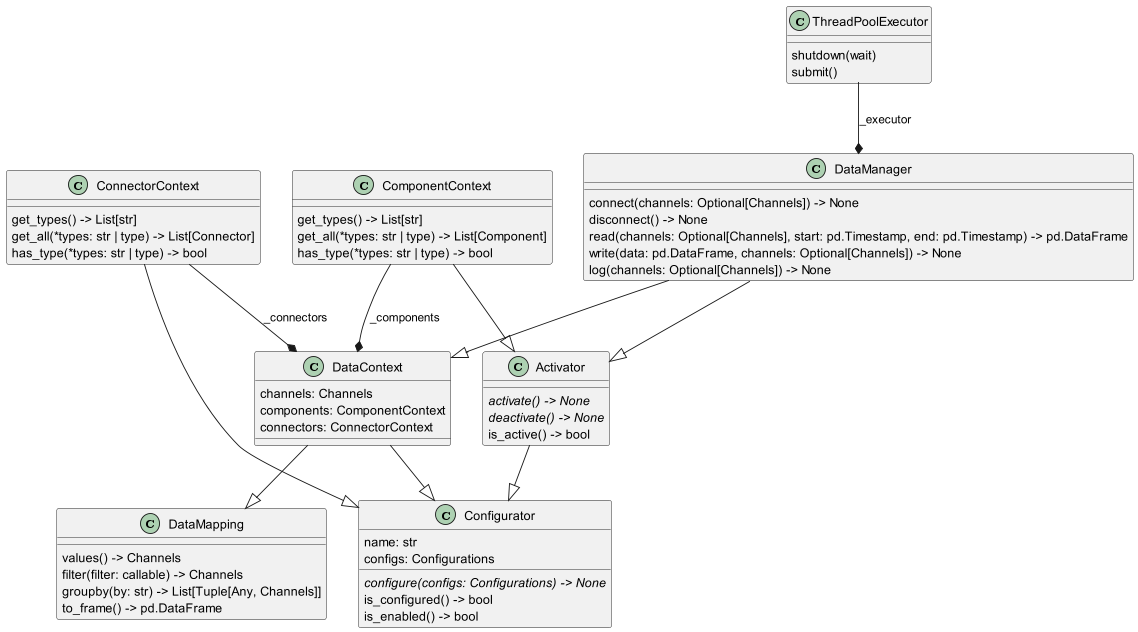
This is doc/_static/diagrams/data-manager.png from isc-konstanz/lories, a PlantUML export, as it was before one commit.
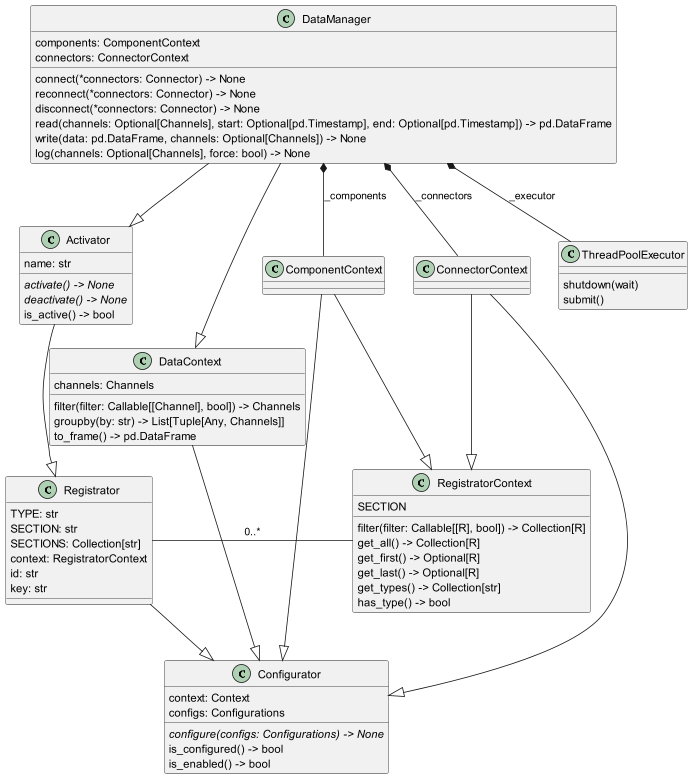
The same file after the commit.

What changed in the source:
```diff
@@ -1,40 +1,50 @@
 @startuml loris.data.manager.DataManager
 set namespaceSeparator none
 class "DataManager" as loris.data.manager.DataManager {
-  connect(channels: Optional[Channels]) -> None
-  disconnect() -> None
-  read(channels: Optional[Channels], start: pd.Timestamp, end: pd.Timestamp) -> pd.DataFrame
+  components: ComponentContext
+  connectors: ConnectorContext
+  connect(*connectors: Connector) -> None
+  reconnect(*connectors: Connector) -> None
+  disconnect(*connectors: Connector) -> None
+  read(channels: Optional[Channels], start: Optional[pd.Timestamp], end: Optional[pd.Timestamp]) -> pd.DataFrame
   write(data: pd.DataFrame, channels: Optional[Channels]) -> None
-  log(channels: Optional[Channels]) -> None
+  log(channels: Optional[Channels], force: bool) -> None
 }
 class "DataContext" as loris.data.context.DataContext {
   channels: Channels
-  components: ComponentContext
-  connectors: ConnectorContext
-}
-class "DataMapping" as loris.data.mapping.DataMapping {
-  values() -> Channels
-  filter(filter: callable) -> Channels
+  filter(filter: Callable[[Channel], bool]) -> Channels
   groupby(by: str) -> List[Tuple[Any, Channels]]
   to_frame() -> pd.DataFrame
 }
 class "ComponentContext" as loris.components.context.ComponentContext {
-  get_types() -> List[str]
-  get_all(*types: str | type) -> List[Component]
-  has_type(*types: str | type) -> bool
 }
 class "ConnectorContext" as loris.connectors.context.ConnectorContext {
-  get_types() -> List[str]
-  get_all(*types: str | type) -> List[Connector]
-  has_type(*types: str | type) -> bool
 }
-class "Activator" as loris.components.activator.Activator {
+class "Activator" as loris.core.activator.Activator {
+  name: str
   {abstract}activate() -> None
   {abstract}deactivate() -> None
   is_active() -> bool
 }
-class "Configurator" as loris.configs.configurator.Configurator {
-  name: str
+class "Registrator" as loris.core.register.registrator.Registrator {
+  TYPE: str
+  SECTION: str
+  SECTIONS: Collection[str]
+  context: RegistratorContext
+  id: str
+  key: str
+}
+class "RegistratorContext" as loris.core.register.context.RegistratorContext {
+  SECTION
+  filter(filter: Callable[[R], bool]) -> Collection[R]
+  get_all() -> Collection[R]
+  get_first() -> Optional[R]
+  get_last() -> Optional[R]
+  get_types() -> Collection[str]
+  has_type() -> bool
+}
+class "Configurator" as loris.core.configs.configurator.Configurator {
+  context: Context
   configs: Configurations
   {abstract}configure(configs: Configurations) -> None
   is_configured() -> bool
@@ -44,14 +54,18 @@
   shutdown(wait)
   submit()
 }
-loris.components.activator.Activator --|> loris.configs.configurator.Configurator
-loris.components.context.ComponentContext --|> loris.components.activator.Activator
-loris.connectors.context.ConnectorContext --|> loris.configs.configurator.Configurator
-loris.data.context.DataContext --|> loris.configs.configurator.Configurator
-loris.data.context.DataContext --|> loris.data.mapping.DataMapping
-loris.data.manager.DataManager --|> loris.components.activator.Activator
+
+loris.core.register.registrator.Registrator --|> loris.core.configs.configurator.Configurator
+loris.core.register.registrator.Registrator - loris.core.register.context.RegistratorContext : 0..*
+loris.core.activator.Activator --|> loris.core.register.registrator.Registrator
+loris.data.context.DataContext --|> loris.core.configs.configurator.Configurator
 loris.data.manager.DataManager --|> loris.data.context.DataContext
-loris.components.context.ComponentContext --* loris.data.context.DataContext : _components
-loris.connectors.context.ConnectorContext --* loris.data.context.DataContext : _connectors
-concurrent.futures.thread.ThreadPoolExecutor --* loris.data.manager.DataManager : _executor
+loris.data.manager.DataManager --|> loris.core.activator.Activator
+loris.data.manager.DataManager *-- loris.components.context.ComponentContext : _components
+loris.data.manager.DataManager *-- loris.connectors.context.ConnectorContext : _connectors
+loris.data.manager.DataManager *-- concurrent.futures.thread.ThreadPoolExecutor : _executor
+loris.components.context.ComponentContext --|> loris.core.register.context.RegistratorContext
+loris.components.context.ComponentContext --|> loris.core.configs.configurator.Configurator
+loris.connectors.context.ConnectorContext --|> loris.core.register.context.RegistratorContext
+loris.connectors.context.ConnectorContext --|> loris.core.configs.configurator.Configurator
 @enduml
```
